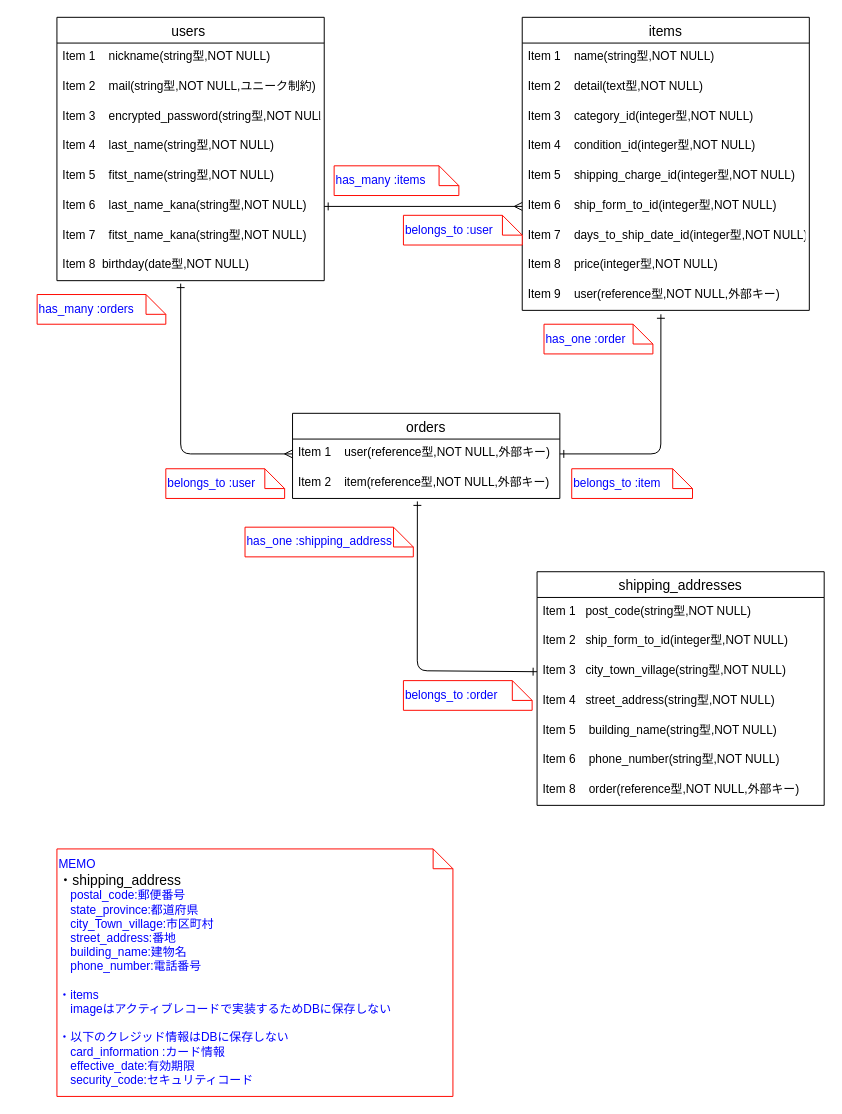
Above: db/ER.dio in miracletea/furima-39667 (draw.io), before the change. Source tidied: cells renumbered, new cells numbered last; positions are measured from the earlier drawing's top-left corner, leaving out a move shared by most shapes. Both pictures are drawn from the tidied source at 99%, with x=0, y=0 at pixel (37, 17).
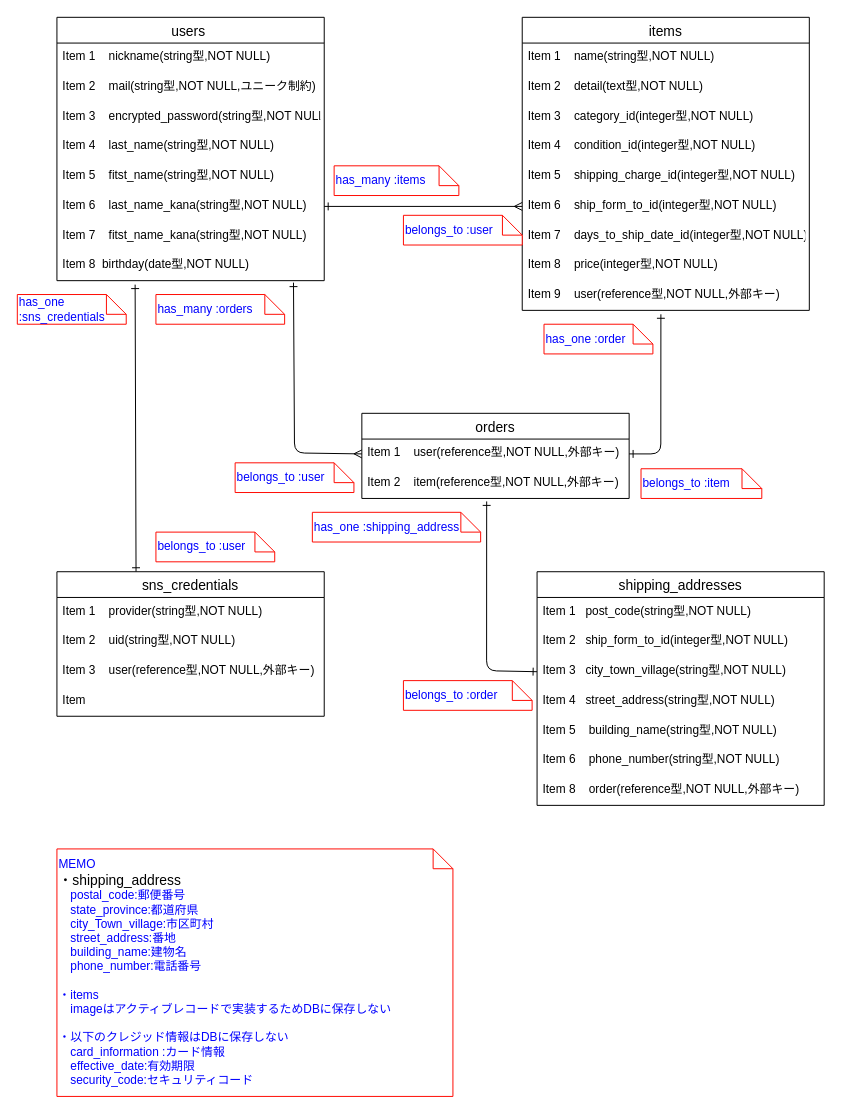
The same diagram, later.

Commit message (it also covers changes not shown here):
ER図とReadmeの修正

The change refers to these unchanged cells:
```xml
<mxCell id="10" value="Item 8  birthday(date型,NOT NULL)&#10;  " style="text;strokeColor=none;fillColor=none;spacingLeft=4;spacingRight=4;overflow=hidden;points=[[0,0.5],[1,0.5]];portConstraint=eastwest;fontSize=12;" parent="2" vertex="1">
  <mxGeometry y="236" width="270" height="30" as="geometry" />
</mxCell>
<mxCell id="22" value="Item 1    user(reference型,NOT NULL,外部キー)" style="text;strokeColor=none;fillColor=none;spacingLeft=4;spacingRight=4;overflow=hidden;points=[[0,0.5],[1,0.5]];portConstraint=eastwest;fontSize=12;" parent="21" vertex="1">
  <mxGeometry y="26" width="270" height="30" as="geometry" />
</mxCell>
<mxCell id="23" value="Item 2    item(reference型,NOT NULL,外部キー)" style="text;strokeColor=none;fillColor=none;spacingLeft=4;spacingRight=4;overflow=hidden;points=[[0,0.5],[1,0.5]];portConstraint=eastwest;fontSize=12;" parent="21" vertex="1">
  <mxGeometry y="56" width="270" height="30" as="geometry" />
</mxCell>
<mxCell id="29" value="Item 3   city_town_village(string型,NOT NULL) " style="text;strokeColor=none;fillColor=none;spacingLeft=4;spacingRight=4;overflow=hidden;points=[[0,0.5],[1,0.5]];portConstraint=eastwest;fontSize=12;" parent="26" vertex="1">
  <mxGeometry y="86" width="290" height="30" as="geometry" />
</mxCell>
```

What changed in the source:
```diff
@@
     <mxCell id="21" value="orders" style="swimlane;fontStyle=0;horizontal=1;startSize=26;align=center;fontSize=14;" parent="1" vertex="1">
-      <mxGeometry x="258" y="400" width="270" height="86" as="geometry" />
+      <mxGeometry x="328" y="400" width="270" height="86" as="geometry" />
     </mxCell>
@@
     <mxCell id="34" value="has_one :shipping_address" style="shape=note;size=20;whiteSpace=wrap;html=1;align=left;strokeColor=#FF0B03;fontColor=#0000FF;" parent="1" vertex="1">
-      <mxGeometry x="210" y="515" width="170" height="30" as="geometry" />
+      <mxGeometry x="278" y="500" width="170" height="30" as="geometry" />
     </mxCell>
@@
     <mxCell id="36" value="belongs_to :item" style="shape=note;size=20;whiteSpace=wrap;html=1;align=left;strokeColor=#FF0B03;fontColor=#0000FF;" parent="1" vertex="1">
-      <mxGeometry x="540" y="456" width="122" height="30" as="geometry" />
+      <mxGeometry x="610" y="456" width="122" height="30" as="geometry" />
     </mxCell>
     <mxCell id="37" value="has_many :orders" style="shape=note;size=20;whiteSpace=wrap;html=1;align=left;strokeColor=#FF0B03;fontColor=#0000FF;" parent="1" vertex="1">
-      <mxGeometry y="280" width="130" height="30" as="geometry" />
+      <mxGeometry x="120" y="280" width="130" height="30" as="geometry" />
     </mxCell>
@@
     <mxCell id="41" style="edgeStyle=none;html=1;fontColor=#0000FF;startArrow=ERone;startFill=0;endArrow=ERone;endFill=0;entryX=0;entryY=0.5;entryDx=0;entryDy=0;exitX=0.467;exitY=1.1;exitDx=0;exitDy=0;exitPerimeter=0;" parent="1" edge="1" source="23" target="29">
       <mxGeometry relative="1" as="geometry">
         <Array as="points">
-          <mxPoint x="384" y="660" />
+          <mxPoint x="454" y="660" />
         </Array>
       </mxGeometry>
     </mxCell>
     <mxCell id="42" value="belongs_to :user" style="shape=note;size=20;whiteSpace=wrap;html=1;align=left;strokeColor=#FF0B03;fontColor=#0000FF;" parent="1" vertex="1">
-      <mxGeometry x="130" y="456" width="120" height="30" as="geometry" />
+      <mxGeometry x="200" y="450" width="120" height="30" as="geometry" />
     </mxCell>
@@
-    <mxCell id="44" style="edgeStyle=none;html=1;exitX=0;exitY=0.5;exitDx=0;exitDy=0;entryX=0.463;entryY=1.1;entryDx=0;entryDy=0;entryPerimeter=0;fontColor=#0000FF;startArrow=ERmany;startFill=0;endArrow=ERone;endFill=0;" parent="1" edge="1" source="22" target="10">
+    <mxCell id="44" style="edgeStyle=none;html=1;exitX=0;exitY=0.5;exitDx=0;exitDy=0;entryX=0.885;entryY=1.067;entryDx=0;entryDy=0;entryPerimeter=0;fontColor=#0000FF;startArrow=ERmany;startFill=0;endArrow=ERone;endFill=0;" parent="1" edge="1" source="22" target="10">
       <mxGeometry relative="1" as="geometry">
         <Array as="points">
-          <mxPoint x="145" y="441" />
+          <mxPoint x="260" y="440" />
         </Array>
       </mxGeometry>
     </mxCell>
+    <mxCell id="45" style="edgeStyle=none;html=1;endArrow=ERone;endFill=0;startArrow=ERone;startFill=0;exitX=0.296;exitY=0;exitDx=0;exitDy=0;exitPerimeter=0;" parent="1" edge="1" source="46">
+      <mxGeometry relative="1" as="geometry">
+        <mxPoint x="99" y="270" as="targetPoint" />
+      </mxGeometry>
+    </mxCell>
+    <mxCell id="46" value="sns_credentials" style="swimlane;fontStyle=0;horizontal=1;startSize=26;align=center;fontSize=14;" parent="1" vertex="1">
+      <mxGeometry x="20" y="560" width="270" height="146" as="geometry" />
+    </mxCell>
+    <mxCell id="47" value="Item 1    provider(string型,NOT NULL)" style="text;strokeColor=none;fillColor=none;spacingLeft=4;spacingRight=4;overflow=hidden;fontSize=12;" parent="46" vertex="1">
+      <mxGeometry y="26" width="270" height="30" as="geometry" />
+    </mxCell>
+    <mxCell id="48" value="Item 2    uid(string型,NOT NULL)" style="text;strokeColor=none;fillColor=none;spacingLeft=4;spacingRight=4;overflow=hidden;fontSize=12;" parent="46" vertex="1">
+      <mxGeometry y="56" width="270" height="30" as="geometry" />
+    </mxCell>
+    <mxCell id="49" value="Item 3    user(reference型,NOT NULL,外部キー)" style="text;strokeColor=none;fillColor=none;spacingLeft=4;spacingRight=4;overflow=hidden;fontSize=12;" parent="46" vertex="1">
+      <mxGeometry y="86" width="270" height="30" as="geometry" />
+    </mxCell>
+    <mxCell id="50" value="Item" style="text;strokeColor=none;fillColor=none;spacingLeft=4;spacingRight=4;overflow=hidden;fontSize=12;" parent="46" vertex="1">
+      <mxGeometry y="116" width="270" height="30" as="geometry" />
+    </mxCell>
+    <mxCell id="51" value="has_one&lt;br&gt;:sns_credentials" style="shape=note;size=20;whiteSpace=wrap;html=1;align=left;strokeColor=#FF0B03;fontColor=#0000FF;" parent="1" vertex="1">
+      <mxGeometry x="-20" y="280" width="110" height="30" as="geometry" />
+    </mxCell>
+    <mxCell id="52" value="belongs_to :user" style="shape=note;size=20;whiteSpace=wrap;html=1;align=left;strokeColor=#FF0B03;fontColor=#0000FF;" parent="1" vertex="1">
+      <mxGeometry x="120" y="520" width="120" height="30" as="geometry" />
+    </mxCell>
```
